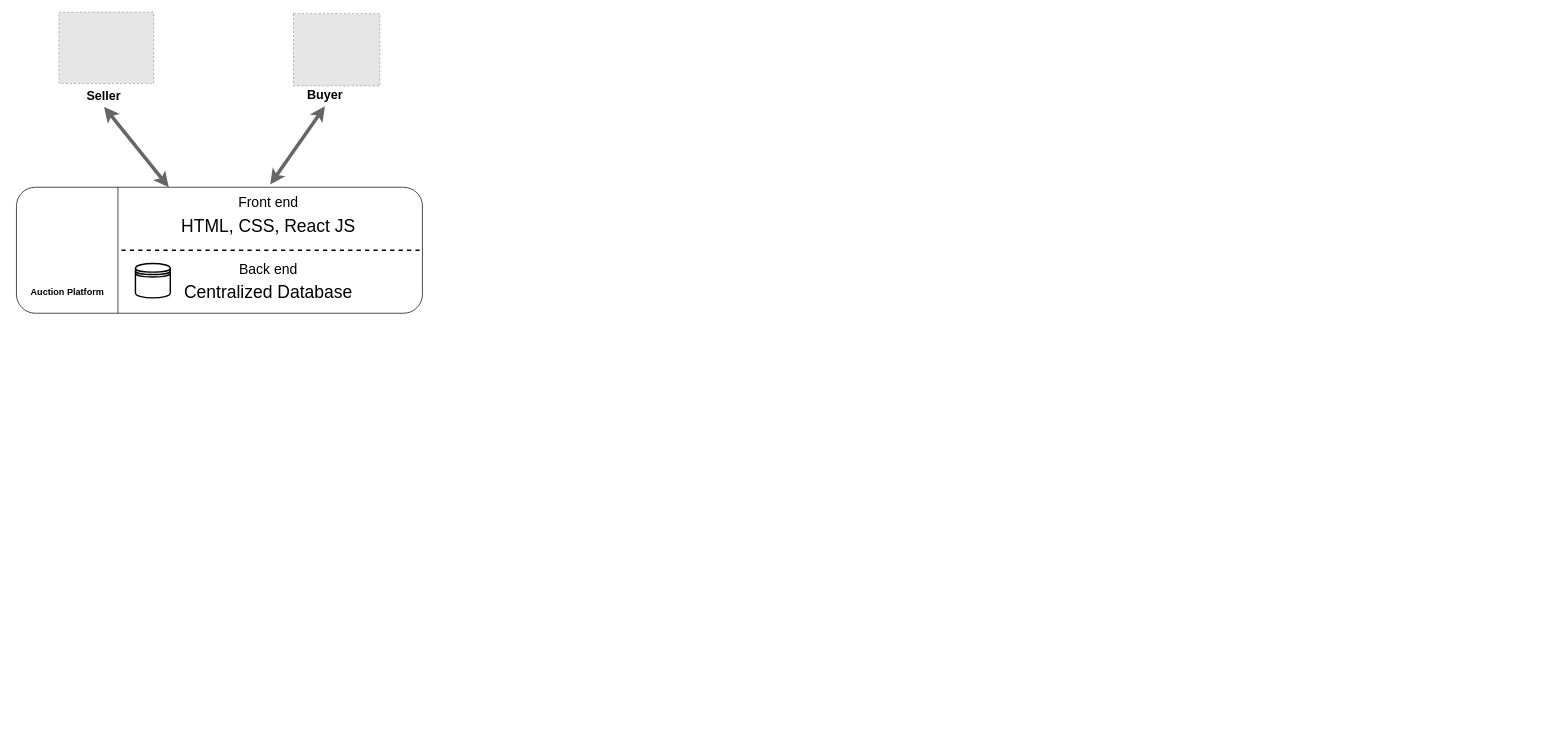
This is Blockchain-based Auction.drawio from ariesharry/Diagrams, a draw.io file, before an edit. Source tidied: cells renumbered, new cells numbered last; positions are measured from the earlier drawing's top-left corner, leaving out a move shared by most shapes. Both pictures are drawn from the tidied source at 70%, with x=0, y=0 at pixel (11, 12). Pictures stored in the file or linked from it are replaced by grey dashed boxes.
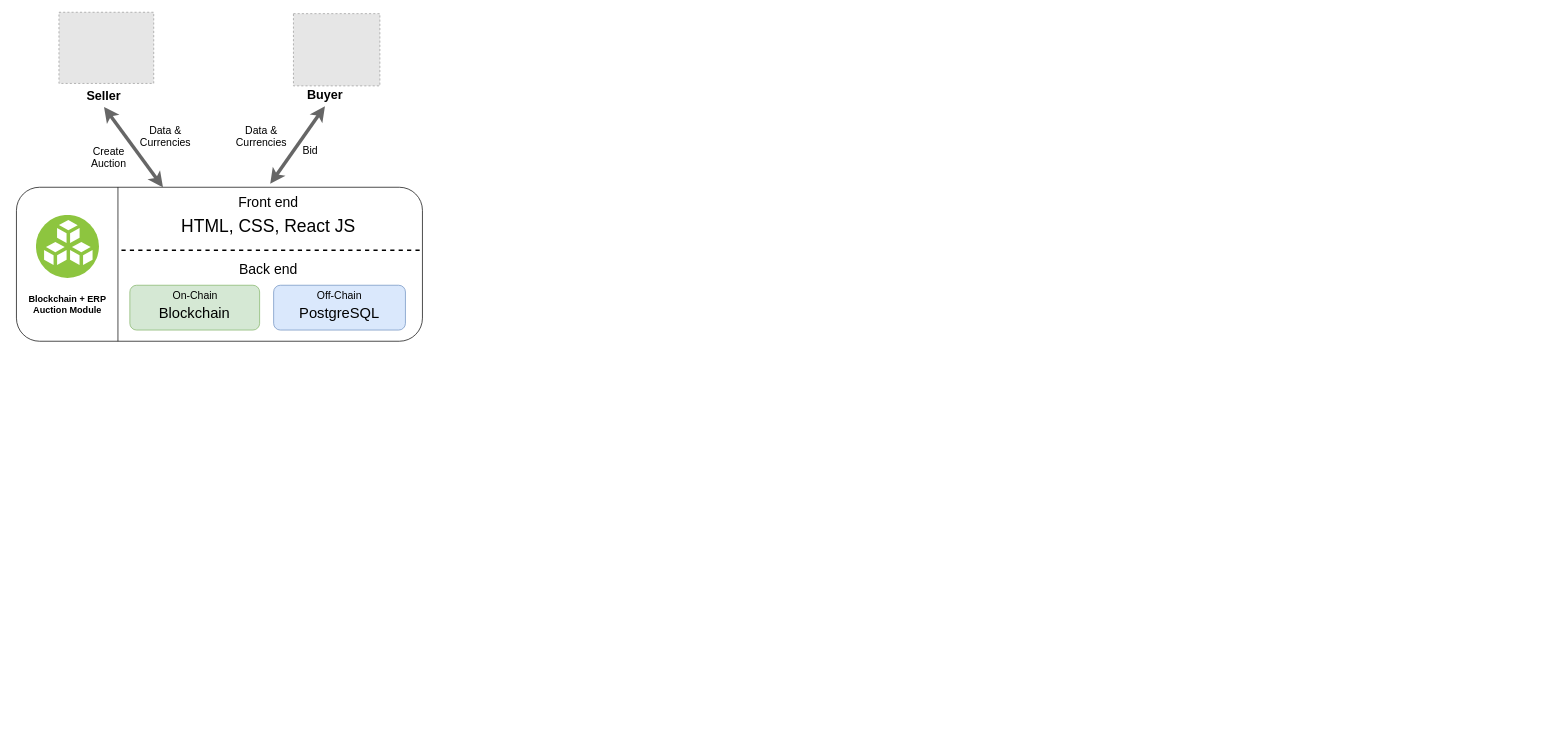
After the change.

Diff of the diagram source:
```diff
@@
     <mxCell id="2" style="rounded=1;whiteSpace=wrap;html=1;fontSize=18;" parent="1" vertex="1">
-      <mxGeometry x="7" y="250" width="580" height="180" as="geometry" />
+      <mxGeometry x="7" y="250" width="580" height="220" as="geometry" />
     </mxCell>
@@
-    <mxCell id="5" value="&lt;b style=&quot;font-size: 13px;&quot;&gt;&lt;font style=&quot;font-size: 13px;&quot;&gt;Auction Platform&lt;/font&gt;&lt;/b&gt;" style="text;html=1;strokeColor=none;fillColor=none;align=center;verticalAlign=middle;whiteSpace=wrap;rounded=0;fontSize=13;" parent="1" vertex="1">
-      <mxGeometry x="0.4" y="385" width="160" height="30" as="geometry" />
+    <mxCell id="5" value="&lt;b style=&quot;font-size: 13px;&quot;&gt;&lt;font style=&quot;font-size: 13px;&quot;&gt;Blockchain + ERP&lt;br&gt;Auction Module&lt;br&gt;&lt;/font&gt;&lt;/b&gt;" style="text;html=1;strokeColor=none;fillColor=none;align=center;verticalAlign=middle;whiteSpace=wrap;rounded=0;fontSize=13;" parent="1" vertex="1">
+      <mxGeometry x="0.4" y="402" width="160" height="30" as="geometry" />
     </mxCell>
@@
-    <mxCell id="8" style="edgeStyle=orthogonalEdgeStyle;rounded=0;orthogonalLoop=1;jettySize=auto;html=1;exitX=0.5;exitY=1;exitDx=0;exitDy=0;strokeWidth=5;fontSize=18;" parent="1" edge="1">
-      <mxGeometry relative="1" as="geometry">
-        <mxPoint x="2187" y="1022" as="sourcePoint" />
-        <mxPoint x="2187" y="1022" as="targetPoint" />
-      </mxGeometry>
-    </mxCell>
@@
     <mxCell id="12" value="&lt;b&gt;&lt;font style=&quot;font-size: 18px;&quot;&gt;Seller&lt;/font&gt;&lt;/b&gt;" style="text;html=1;strokeColor=none;fillColor=none;align=center;verticalAlign=middle;whiteSpace=wrap;rounded=0;" parent="1" vertex="1">
-      <mxGeometry x="77.2" y="105.2" width="110" height="30" as="geometry" />
+      <mxGeometry x="77.1" y="105.2" width="110" height="30" as="geometry" />
     </mxCell>
@@
-    <mxCell id="17" value="&lt;span style=&quot;font-size: 25px;&quot;&gt;&lt;font style=&quot;font-size: 25px;&quot;&gt;Centralized Database&lt;/font&gt;&lt;/span&gt;" style="text;html=1;strokeColor=none;fillColor=none;align=center;verticalAlign=middle;whiteSpace=wrap;rounded=0;strokeWidth=4;fontSize=25;fontStyle=0;" parent="1" vertex="1">
-      <mxGeometry x="237" y="390" width="260" height="18" as="geometry" />
-    </mxCell>
-    <mxCell id="18" style="shape=datastore;whiteSpace=wrap;html=1;strokeColor=default;strokeWidth=2;fontSize=25;fillColor=none;" parent="1" vertex="1">
-      <mxGeometry x="177" y="359" width="49.8" height="49" as="geometry" />
-    </mxCell>
+    <mxCell id="19" value="Bid" style="text;html=1;strokeColor=none;fillColor=none;align=center;verticalAlign=middle;whiteSpace=wrap;rounded=0;fontSize=15;" parent="1" vertex="1">
+      <mxGeometry x="397.3" y="182" width="60" height="30" as="geometry" />
+    </mxCell>
+    <mxCell id="20" value="Data &amp;amp; Currencies" style="text;html=1;strokeColor=none;fillColor=none;align=center;verticalAlign=middle;whiteSpace=wrap;rounded=0;fontSize=15;" parent="1" vertex="1">
+      <mxGeometry x="327.3" y="162" width="60" height="30" as="geometry" />
+    </mxCell>
+    <mxCell id="21" value="Create Auction" style="text;html=1;strokeColor=none;fillColor=none;align=center;verticalAlign=middle;whiteSpace=wrap;rounded=0;fontSize=15;" parent="1" vertex="1">
+      <mxGeometry x="109" y="192" width="60" height="30" as="geometry" />
+    </mxCell>
+    <mxCell id="22" value="Data &amp;amp; Currencies" style="text;html=1;strokeColor=none;fillColor=none;align=center;verticalAlign=middle;whiteSpace=wrap;rounded=0;fontSize=15;" parent="1" vertex="1">
+      <mxGeometry x="189.7" y="162" width="60" height="30" as="geometry" />
+    </mxCell>
+    <mxCell id="23" style="perimeter=ellipsePerimeter;html=1;align=center;shadow=0;dashed=0;fontColor=#4277BB;labelBackgroundColor=#ffffff;fontSize=12;spacingTop=3;image;image=img/lib/ibm/vpc/BlockStorage.svg;strokeColor=default;strokeWidth=2;fillColor=none;imageBackground=default;" parent="1" vertex="1">
+      <mxGeometry x="35.4" y="290" width="90" height="90" as="geometry" />
+    </mxCell>
+    <mxCell id="24" style="rounded=1;whiteSpace=wrap;html=1;strokeColor=#82b366;strokeWidth=1;fontSize=25;fillColor=#d5e8d4;" parent="1" vertex="1">
+      <mxGeometry x="169" y="390" width="185.4" height="64" as="geometry" />
+    </mxCell>
+    <mxCell id="25" style="rounded=1;whiteSpace=wrap;html=1;strokeColor=#6c8ebf;strokeWidth=1;fontSize=25;fillColor=#dae8fc;" parent="1" vertex="1">
+      <mxGeometry x="374.4" y="390" width="188.3" height="64" as="geometry" />
+    </mxCell>
+    <mxCell id="26" value="&lt;font style=&quot;font-size: 15px;&quot;&gt;On-Chain&lt;/font&gt;" style="text;html=1;strokeColor=none;fillColor=none;align=center;verticalAlign=middle;whiteSpace=wrap;rounded=0;strokeWidth=4;fontSize=20;fontStyle=0;" parent="1" vertex="1">
+      <mxGeometry x="200.8" y="393" width="122.7" height="18" as="geometry" />
+    </mxCell>
+    <mxCell id="27" value="&lt;font style=&quot;font-size: 15px;&quot;&gt;Off-Chain&lt;/font&gt;" style="text;html=1;strokeColor=none;fillColor=none;align=center;verticalAlign=middle;whiteSpace=wrap;rounded=0;strokeWidth=4;fontSize=20;fontStyle=0;" parent="1" vertex="1">
+      <mxGeometry x="407.2" y="393" width="122.7" height="18" as="geometry" />
+    </mxCell>
+    <mxCell id="28" value="&lt;font style=&quot;font-size: 21px;&quot;&gt;Blockchain&lt;/font&gt;" style="text;html=1;strokeColor=none;fillColor=none;align=center;verticalAlign=middle;whiteSpace=wrap;rounded=0;strokeWidth=4;fontSize=21;fontStyle=0;" parent="1" vertex="1">
+      <mxGeometry x="199.8" y="420" width="122.7" height="18" as="geometry" />
+    </mxCell>
+    <mxCell id="29" value="&lt;font style=&quot;font-size: 21px;&quot;&gt;PostgreSQL&lt;/font&gt;" style="text;html=1;strokeColor=none;fillColor=none;align=center;verticalAlign=middle;whiteSpace=wrap;rounded=0;strokeWidth=4;fontSize=21;fontStyle=0;" parent="1" vertex="1">
+      <mxGeometry x="407.2" y="420" width="122.7" height="18" as="geometry" />
+    </mxCell>
```
